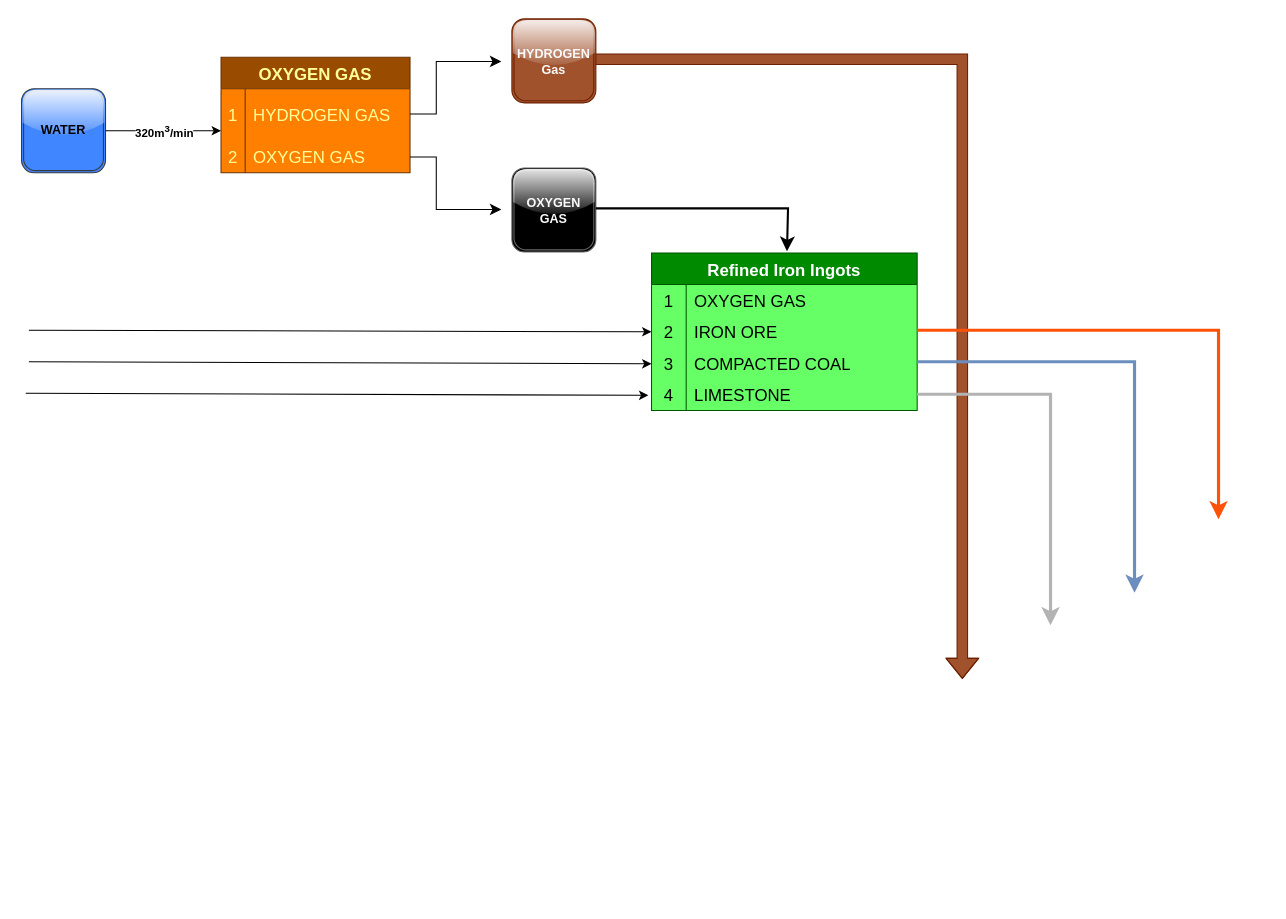
Before: Untitled Diagram.drawio in xXdrewbaccaXx/Images, a draw.io diagram. Source tidied: cells renumbered, new cells numbered last; positions are measured from the earlier drawing's top-left corner, leaving out a move shared by most shapes. Both pictures are drawn from the tidied source at 105%, with x=0, y=0 at pixel (21, 19).
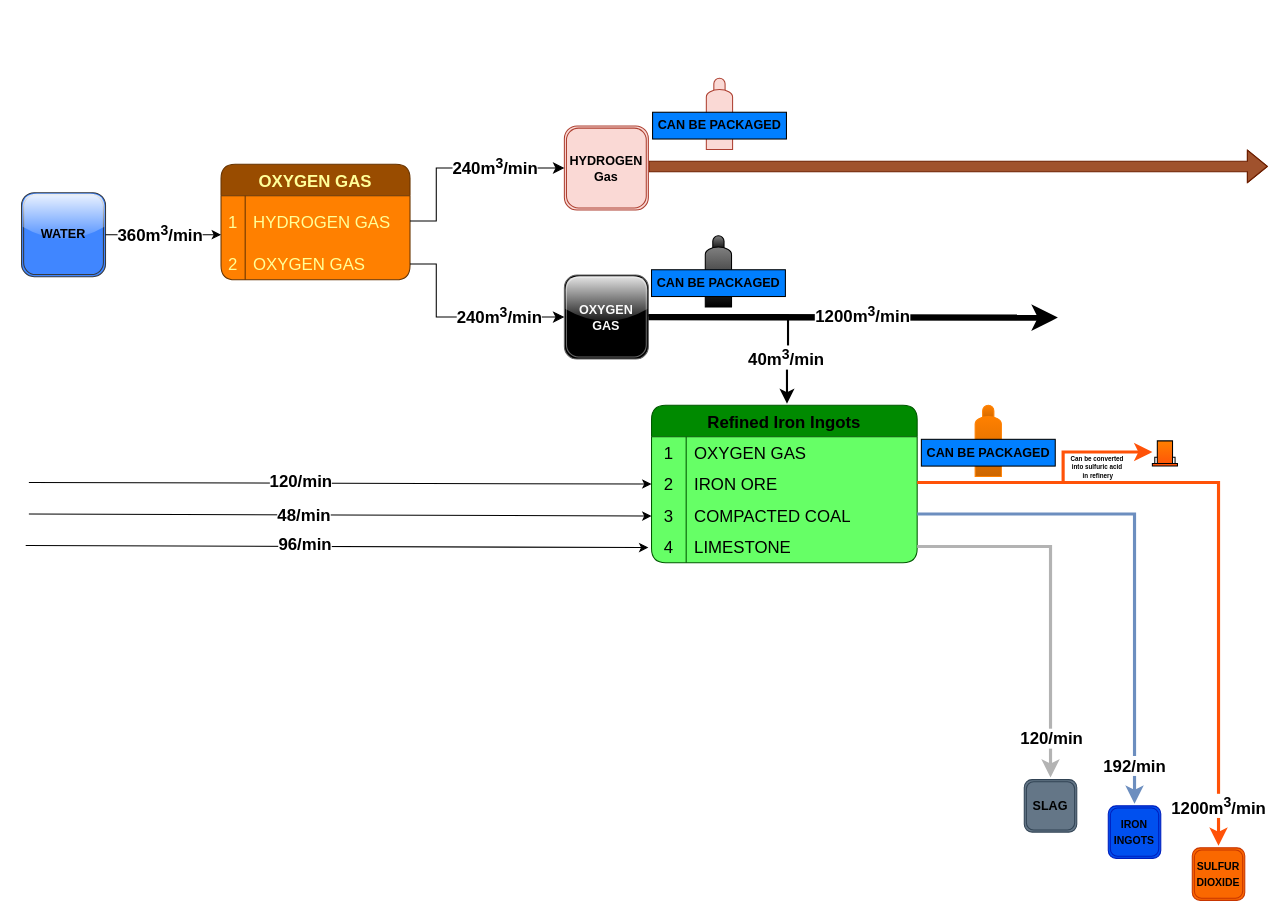
After the change.

Unchanged cells that the change refers to:
```xml
<mxCell id="15" style="shape=tableRow;horizontal=0;startSize=0;swimlaneHead=0;swimlaneBody=0;top=0;left=0;bottom=0;right=0;fillColor=none;points=[[0,0.5],[1,0.5]];portConstraint=eastwest;strokeColor=inherit;fontSize=16;rounded=0;" parent="11" vertex="1">
  <mxGeometry y="60" width="253" height="30" as="geometry" />
</mxCell>
```

Change to the diagram source:
```diff
@@
     <mxCell id="2" style="elbow=horizontal;endArrow=classic;html=1;rounded=0;shape=flexArrow;edgeStyle=orthogonalEdgeStyle;fillColor=#a0522d;strokeColor=#6D1F00;" parent="1" edge="1">
       <mxGeometry relative="1" as="geometry">
-        <mxPoint x="546" y="38" as="sourcePoint" />
-        <mxPoint x="896" y="628" as="targetPoint" />
+        <mxPoint x="597" y="140" as="sourcePoint" />
+        <mxPoint x="1187" y="140" as="targetPoint" />
         <Array as="points">
-          <mxPoint x="616" y="38" />
-          <mxPoint x="896" y="38" />
+          <mxPoint x="896" y="140" />
         </Array>
       </mxGeometry>
     </mxCell>
     <mxCell id="3" value="&lt;b&gt;&lt;font style=&quot;font-size: 12px;&quot;&gt;WATER&lt;/font&gt;&lt;/b&gt;" style="shape=ext;double=1;whiteSpace=wrap;html=1;fillColor=#4086FF;strokeColor=#36393d;rounded=1;glass=1;" parent="1" vertex="1">
-      <mxGeometry y="66" width="80" height="80" as="geometry" />
+      <mxGeometry y="165" width="80" height="80" as="geometry" />
     </mxCell>
-    <mxCell id="4" value="OXYGEN GAS" style="shape=table;startSize=30;childLayout=tableLayout;rowLines=0;fontStyle=1;strokeColor=#663300;fontSize=16;rounded=0;fillColor=#994C00;fontColor=#FFFF99;swimlaneFillColor=#FF8000;shadow=0;" parent="1" vertex="1">
-      <mxGeometry x="190" y="36" width="180" height="110" as="geometry" />
+    <mxCell id="4" value="OXYGEN GAS" style="shape=table;startSize=30;childLayout=tableLayout;rowLines=0;fontStyle=1;strokeColor=#663300;fontSize=16;rounded=1;fillColor=#994C00;fontColor=#FFFF99;swimlaneFillColor=#FF8000;shadow=0;perimeterSpacing=0;" parent="1" vertex="1">
+      <mxGeometry x="190" y="138" width="180" height="110" as="geometry" />
     </mxCell>
@@
-    <mxCell id="11" value="Refined Iron Ingots" style="shape=table;startSize=30;childLayout=tableLayout;rowLines=0;fontStyle=1;strokeColor=#005700;fontSize=16;rounded=0;fillColor=#008a00;fontColor=#ffffff;fillStyle=auto;backgroundOutline=0;gradientColor=none;swimlaneFillColor=#66FF66;" parent="1" vertex="1">
-      <mxGeometry x="600" y="222.5" width="253" height="150" as="geometry" />
+    <mxCell id="11" value="Refined Iron Ingots" style="shape=table;startSize=30;childLayout=tableLayout;rowLines=0;fontStyle=1;strokeColor=#005700;fontSize=16;rounded=1;fillColor=#008a00;fontColor=#000000;fillStyle=auto;backgroundOutline=0;gradientColor=none;swimlaneFillColor=#66FF66;" parent="1" vertex="1">
+      <mxGeometry x="600" y="367.5" width="253" height="150" as="geometry" />
     </mxCell>
@@
     <mxCell id="24" value="&lt;font color=&quot;#fafafa&quot;&gt;&lt;b&gt;OXYGEN&lt;br&gt;GAS&lt;/b&gt;&lt;br&gt;&lt;/font&gt;" style="shape=ext;double=1;rounded=1;whiteSpace=wrap;html=1;fillColor=#000000;strokeColor=#666666;fontColor=#333333;glass=1;" parent="1" vertex="1">
-      <mxGeometry x="467" y="141.5" width="80" height="80" as="geometry" />
+      <mxGeometry x="517" y="243.5" width="80" height="80" as="geometry" />
     </mxCell>
-    <mxCell id="25" value="&lt;font color=&quot;#fafafa&quot;&gt;&lt;b&gt;HYDROGEN&lt;br&gt;Gas&lt;/b&gt;&lt;br&gt;&lt;/font&gt;" style="shape=ext;double=1;rounded=1;whiteSpace=wrap;html=1;fillColor=#a0522d;strokeColor=#6D1F00;fontColor=#ffffff;glass=1;" parent="1" vertex="1">
-      <mxGeometry x="467" y="-0.5" width="80" height="80" as="geometry" />
+    <mxCell id="25" value="&lt;b style=&quot;&quot;&gt;HYDROGEN&lt;br&gt;Gas&lt;/b&gt;" style="shape=ext;double=1;rounded=1;whiteSpace=wrap;html=1;fillColor=#fad9d5;strokeColor=#ae4132;glass=0;shadow=0;" parent="1" vertex="1">
+      <mxGeometry x="517" y="101.5" width="80" height="80" as="geometry" />
     </mxCell>
     <mxCell id="26" style="endArrow=classic;html=1;exitX=1;exitY=0.5;exitDx=0;exitDy=0;" parent="1" edge="1" source="3">
       <mxGeometry relative="1" as="geometry">
-        <mxPoint x="190" y="106" as="targetPoint" />
+        <mxPoint x="190" y="205" as="targetPoint" />
       </mxGeometry>
     </mxCell>
-    <mxCell id="27" value="&lt;b&gt;320m&lt;sup&gt;3&lt;/sup&gt;/min&lt;/b&gt;" style="edgeLabel;html=1;align=center;verticalAlign=middle;" parent="26" vertex="1">
-      <mxGeometry relative="1" as="geometry" />
+    <mxCell id="27" value="&lt;b style=&quot;font-size: 16px;&quot;&gt;360m&lt;sup&gt;3&lt;/sup&gt;/min&lt;/b&gt;" style="edgeLabel;html=1;align=center;verticalAlign=middle;" parent="26" vertex="1">
+      <mxGeometry relative="1" as="geometry">
+        <mxPoint x="-4" y="-2" as="offset" />
+      </mxGeometry>
     </mxCell>
-    <mxCell id="28" style="edgeStyle=elbowEdgeStyle;elbow=horizontal;endArrow=classic;html=1;curved=0;rounded=0;endSize=8;startSize=8;" parent="1" edge="1">
+    <mxCell id="28" style="edgeStyle=elbowEdgeStyle;elbow=horizontal;endArrow=classic;html=1;curved=0;rounded=0;endSize=8;startSize=8;entryX=0;entryY=0.5;entryDx=0;entryDy=0;" parent="1" edge="1" target="25">
       <mxGeometry relative="1" as="geometry">
-        <mxPoint x="370" y="90" as="sourcePoint" />
-        <mxPoint x="457" y="40" as="targetPoint" />
+        <mxPoint x="370" y="192" as="sourcePoint" />
         <Array as="points">
-          <mxPoint x="395" y="90" />
+          <mxPoint x="395" y="192" />
         </Array>
       </mxGeometry>
     </mxCell>
+    <mxCell id="37" value="&lt;b style=&quot;font-size: 16px;&quot;&gt;240m&lt;sup style=&quot;&quot;&gt;3&lt;/sup&gt;/min&lt;/b&gt;" style="edgeLabel;html=1;align=center;verticalAlign=middle;" parent="28" vertex="1">
+      <mxGeometry x="0.43" y="-2" relative="1" as="geometry">
+        <mxPoint x="-10" y="-4" as="offset" />
+      </mxGeometry>
+    </mxCell>
-    <mxCell id="29" style="edgeStyle=elbowEdgeStyle;elbow=horizontal;endArrow=classic;html=1;curved=0;rounded=0;endSize=8;startSize=8;" parent="1" edge="1">
+    <mxCell id="29" style="edgeStyle=elbowEdgeStyle;elbow=horizontal;endArrow=classic;html=1;curved=0;rounded=0;endSize=8;startSize=8;entryX=0;entryY=0.5;entryDx=0;entryDy=0;" parent="1" edge="1" target="24">
       <mxGeometry relative="1" as="geometry">
-        <mxPoint x="370" y="131" as="sourcePoint" />
-        <mxPoint x="457" y="181" as="targetPoint" />
+        <mxPoint x="370" y="233" as="sourcePoint" />
         <Array as="points">
-          <mxPoint x="395" y="131" />
+          <mxPoint x="395" y="233" />
         </Array>
       </mxGeometry>
     </mxCell>
+    <mxCell id="38" value="&lt;b style=&quot;font-size: 16px;&quot;&gt;240m&lt;sup&gt;3&lt;/sup&gt;/min&lt;/b&gt;" style="edgeLabel;html=1;align=center;verticalAlign=middle;" parent="29" vertex="1">
+      <mxGeometry x="0.46" relative="1" as="geometry">
+        <mxPoint x="-9" y="-2" as="offset" />
+      </mxGeometry>
+    </mxCell>
     <mxCell id="30" style="edgeStyle=segmentEdgeStyle;endArrow=classic;html=1;curved=0;rounded=0;endSize=8;startSize=8;strokeWidth=3;strokeColor=#FF5208;fillColor=#008a00;" parent="1" edge="1">
       <mxGeometry relative="1" as="geometry">
-        <mxPoint x="853" y="296" as="sourcePoint" />
-        <mxPoint x="1140" y="476" as="targetPoint" />
+        <mxPoint x="853" y="441" as="sourcePoint" />
+        <mxPoint x="1140" y="787" as="targetPoint" />
         <Array as="points">
-          <mxPoint x="1140" y="296" />
+          <mxPoint x="1140" y="441" />
+          <mxPoint x="1140" y="737" />
         </Array>
       </mxGeometry>
     </mxCell>
+    <mxCell id="39" value="&lt;font style=&quot;font-size: 16px;&quot;&gt;&lt;b&gt;1200m&lt;sup&gt;3&lt;/sup&gt;/min&lt;/b&gt;&lt;/font&gt;" style="edgeLabel;html=1;align=center;verticalAlign=middle;" parent="30" vertex="1">
+      <mxGeometry x="0.43" y="-1" relative="1" as="geometry">
+        <mxPoint y="141" as="offset" />
+      </mxGeometry>
+    </mxCell>
     <mxCell id="31" style="edgeStyle=segmentEdgeStyle;endArrow=classic;html=1;curved=0;rounded=0;endSize=8;startSize=8;strokeWidth=3;fillColor=#dae8fc;gradientColor=#7ea6e0;strokeColor=#6c8ebf;" parent="1" edge="1">
       <mxGeometry relative="1" as="geometry">
-        <mxPoint x="853" y="326" as="sourcePoint" />
-        <mxPoint x="1060" y="546" as="targetPoint" />
+        <mxPoint x="853" y="471" as="sourcePoint" />
+        <mxPoint x="1060" y="747" as="targetPoint" />
         <Array as="points">
-          <mxPoint x="1060" y="326" />
+          <mxPoint x="1060" y="471" />
         </Array>
       </mxGeometry>
     </mxCell>
+    <mxCell id="40" value="&lt;font style=&quot;font-size: 16px;&quot;&gt;&lt;b&gt;192/min&lt;/b&gt;&lt;/font&gt;" style="edgeLabel;html=1;align=center;verticalAlign=middle;" parent="31" vertex="1">
+      <mxGeometry x="0.42" y="-1" relative="1" as="geometry">
+        <mxPoint y="103" as="offset" />
+      </mxGeometry>
+    </mxCell>
     <mxCell id="32" style="edgeStyle=segmentEdgeStyle;endArrow=classic;html=1;curved=0;rounded=0;endSize=8;startSize=8;strokeWidth=3;strokeColor=#B3B3B3;" parent="1" edge="1">
       <mxGeometry relative="1" as="geometry">
-        <mxPoint x="853" y="357" as="sourcePoint" />
-        <mxPoint x="980" y="577" as="targetPoint" />
+        <mxPoint x="853" y="502" as="sourcePoint" />
+        <mxPoint x="980" y="722" as="targetPoint" />
         <Array as="points">
-          <mxPoint x="980" y="357" />
+          <mxPoint x="980" y="502" />
         </Array>
       </mxGeometry>
     </mxCell>
+    <mxCell id="41" value="&lt;b&gt;&lt;font style=&quot;font-size: 16px;&quot;&gt;120/min&lt;/font&gt;&lt;/b&gt;" style="edgeLabel;html=1;align=center;verticalAlign=middle;" parent="32" vertex="1">
+      <mxGeometry x="0.34" relative="1" as="geometry">
+        <mxPoint y="77" as="offset" />
+      </mxGeometry>
+    </mxCell>
-    <mxCell id="33" style="edgeStyle=segmentEdgeStyle;endArrow=classic;html=1;curved=0;rounded=0;endSize=8;startSize=8;entryX=0.51;entryY=-0.011;entryDx=0;entryDy=0;entryPerimeter=0;strokeWidth=2;" parent="1" edge="1" target="11">
+    <mxCell id="33" style="edgeStyle=segmentEdgeStyle;endArrow=classic;html=1;curved=0;rounded=0;endSize=8;startSize=8;strokeWidth=2;" parent="1" edge="1">
       <mxGeometry relative="1" as="geometry">
-        <mxPoint x="547" y="180" as="sourcePoint" />
+        <mxPoint x="597" y="282" as="sourcePoint" />
+        <mxPoint x="729" y="366" as="targetPoint" />
         <Array as="points">
-          <mxPoint x="730" y="180" />
-          <mxPoint x="730" y="221" />
+          <mxPoint x="730" y="282" />
+          <mxPoint x="730" y="323" />
+          <mxPoint x="729" y="323" />
         </Array>
       </mxGeometry>
     </mxCell>
+    <mxCell id="42" value="&lt;b style=&quot;font-size: 16px;&quot;&gt;40m&lt;sup&gt;3&lt;/sup&gt;/min&lt;sup&gt;&amp;nbsp;&lt;/sup&gt;&lt;/b&gt;" style="edgeLabel;html=1;align=center;verticalAlign=middle;" parent="33" vertex="1">
+      <mxGeometry x="0.58" y="-1" relative="1" as="geometry" />
+    </mxCell>
     <mxCell id="34" style="endArrow=classic;html=1;entryX=0;entryY=0.5;entryDx=0;entryDy=0;" parent="1" edge="1" target="15">
       <mxGeometry relative="1" as="geometry">
-        <mxPoint x="7" y="296" as="sourcePoint" />
+        <mxPoint x="7" y="441" as="sourcePoint" />
       </mxGeometry>
     </mxCell>
+    <mxCell id="43" value="&lt;b&gt;&lt;font style=&quot;font-size: 16px;&quot;&gt;120/min&lt;/font&gt;&lt;/b&gt;" style="edgeLabel;html=1;align=center;verticalAlign=middle;" parent="34" vertex="1">
+      <mxGeometry x="-0.13" y="2" relative="1" as="geometry" />
+    </mxCell>
     <mxCell id="35" style="endArrow=classic;html=1;entryX=0;entryY=0.5;entryDx=0;entryDy=0;" parent="1" edge="1">
       <mxGeometry relative="1" as="geometry">
-        <mxPoint x="7" y="326" as="sourcePoint" />
-        <mxPoint x="600" y="328" as="targetPoint" />
+        <mxPoint x="7" y="471" as="sourcePoint" />
+        <mxPoint x="600" y="473" as="targetPoint" />
       </mxGeometry>
     </mxCell>
+    <mxCell id="44" value="&lt;b&gt;&lt;font style=&quot;font-size: 16px;&quot;&gt;48/min&lt;/font&gt;&lt;/b&gt;" style="edgeLabel;html=1;align=center;verticalAlign=middle;" parent="35" vertex="1">
+      <mxGeometry x="-0.14" relative="1" as="geometry">
+        <mxPoint x="7" as="offset" />
+      </mxGeometry>
+    </mxCell>
     <mxCell id="36" style="endArrow=classic;html=1;entryX=0;entryY=0.5;entryDx=0;entryDy=0;" parent="1" edge="1">
       <mxGeometry relative="1" as="geometry">
-        <mxPoint x="4" y="356" as="sourcePoint" />
-        <mxPoint x="597" y="358" as="targetPoint" />
+        <mxPoint x="4" y="501" as="sourcePoint" />
+        <mxPoint x="597" y="503" as="targetPoint" />
       </mxGeometry>
     </mxCell>
+    <mxCell id="45" value="&lt;b&gt;&lt;font style=&quot;font-size: 16px;&quot;&gt;96/min&lt;/font&gt;&lt;/b&gt;" style="edgeLabel;html=1;align=center;verticalAlign=middle;" parent="36" vertex="1">
+      <mxGeometry x="-0.13" y="2" relative="1" as="geometry">
+        <mxPoint x="7" as="offset" />
+      </mxGeometry>
+    </mxCell>
+    <mxCell id="46" style="shape=mxgraph.pid.vessels.gas_bottle;html=1;align=center;verticalLabelPosition=bottom;verticalAlign=top;dashed=0;fillColor=#808080;strokeColor=#000000;gradientColor=default;" parent="1" vertex="1">
+      <mxGeometry x="651.2" y="206" width="25" height="67.9" as="geometry" />
+    </mxCell>
+    <mxCell id="47" style="shape=mxgraph.pid.vessels.gas_bottle;html=1;align=center;verticalLabelPosition=bottom;verticalAlign=top;dashed=0;fillColor=#fad9d5;strokeColor=#ae4132;" parent="1" vertex="1">
+      <mxGeometry x="652.2" y="56" width="25" height="67.9" as="geometry" />
+    </mxCell>
+    <mxCell id="48" value="&lt;p style=&quot;line-height: 100%;&quot;&gt;&lt;font size=&quot;1&quot; style=&quot;&quot;&gt;&lt;b style=&quot;font-size: 12px;&quot;&gt;CAN BE PACKAGED&lt;/b&gt;&lt;/font&gt;&lt;/p&gt;" style="text;html=1;align=center;verticalAlign=middle;whiteSpace=wrap;rounded=0;fillColor=#007FFF;strokeColor=#000000;" parent="1" vertex="1">
+      <mxGeometry x="601" y="88.4" width="127.5" height="25.5" as="geometry" />
+    </mxCell>
+    <mxCell id="49" value="&lt;p style=&quot;line-height: 100%;&quot;&gt;&lt;font size=&quot;1&quot; style=&quot;&quot;&gt;&lt;b style=&quot;font-size: 12px;&quot;&gt;CAN BE PACKAGED&lt;/b&gt;&lt;/font&gt;&lt;/p&gt;" style="text;html=1;align=center;verticalAlign=middle;whiteSpace=wrap;rounded=0;fillColor=#007FFF;strokeColor=#000000;" parent="1" vertex="1">
+      <mxGeometry x="600" y="238.4" width="127.5" height="25.5" as="geometry" />
+    </mxCell>
+    <mxCell id="50" value="&lt;b style=&quot;&quot;&gt;&lt;font color=&quot;#000000&quot;&gt;SLAG&lt;/font&gt;&lt;/b&gt;" style="shape=ext;double=1;rounded=1;whiteSpace=wrap;html=1;fillColor=#647687;glass=0;strokeColor=#314354;fontColor=#ffffff;" parent="1" vertex="1">
+      <mxGeometry x="955" y="724" width="50" height="50" as="geometry" />
+    </mxCell>
+    <mxCell id="51" value="&lt;b style=&quot;&quot;&gt;&lt;font color=&quot;#000000&quot; style=&quot;font-size: 10px;&quot;&gt;IRON INGOTS&lt;/font&gt;&lt;/b&gt;" style="shape=ext;double=1;rounded=1;whiteSpace=wrap;html=1;fillColor=#0050ef;strokeColor=#001DBC;fontColor=#ffffff;glass=0;" parent="1" vertex="1">
+      <mxGeometry x="1035" y="749" width="50" height="50" as="geometry" />
+    </mxCell>
+    <mxCell id="52" value="&lt;font style=&quot;font-size: 10px;&quot;&gt;&lt;b style=&quot;&quot;&gt;SULFUR&lt;br&gt;DIOXIDE&lt;/b&gt;&lt;br&gt;&lt;/font&gt;" style="shape=ext;double=1;rounded=1;whiteSpace=wrap;html=1;fillColor=#fa6800;strokeColor=#C73500;fontColor=#000000;glass=0;" parent="1" vertex="1">
+      <mxGeometry x="1115" y="789" width="50" height="50" as="geometry" />
+    </mxCell>
+    <mxCell id="53" style="shape=mxgraph.pid.vessels.gas_bottle;html=1;align=center;verticalLabelPosition=bottom;verticalAlign=top;dashed=0;fillColor=#FF8000;strokeColor=#FF8000;fontColor=#000000;gradientColor=#CC6600;" parent="1" vertex="1">
+      <mxGeometry x="908.2" y="367.5" width="25" height="67.9" as="geometry" />
+    </mxCell>
+    <mxCell id="54" value="&lt;p style=&quot;line-height: 100%;&quot;&gt;&lt;font size=&quot;1&quot; style=&quot;&quot;&gt;&lt;b style=&quot;font-size: 12px;&quot;&gt;CAN BE PACKAGED&lt;/b&gt;&lt;/font&gt;&lt;/p&gt;" style="text;html=1;align=center;verticalAlign=middle;whiteSpace=wrap;rounded=0;fillColor=#007FFF;strokeColor=#000000;" parent="1" vertex="1">
+      <mxGeometry x="857" y="399.9" width="127.5" height="25.5" as="geometry" />
+    </mxCell>
+    <mxCell id="55" style="edgeStyle=elbowEdgeStyle;elbow=horizontal;endArrow=classic;html=1;curved=0;rounded=0;endSize=8;startSize=8;fillColor=#fa6800;strokeColor=#FF5208;strokeWidth=3;" parent="1" edge="1">
+      <mxGeometry relative="1" as="geometry">
+        <mxPoint x="957" y="441" as="sourcePoint" />
+        <mxPoint x="1077" y="412" as="targetPoint" />
+        <Array as="points">
+          <mxPoint x="992" y="417" />
+        </Array>
+      </mxGeometry>
+    </mxCell>
+    <mxCell id="56" style="shape=mxgraph.pid.vessels.forced-draft_cooling_tower;html=1;align=center;verticalLabelPosition=bottom;verticalAlign=top;dashed=0;fillColor=#FF8000;gradientColor=#FF5208;" parent="1" vertex="1">
+      <mxGeometry x="1077" y="401.4" width="23.9" height="23.9" as="geometry" />
+    </mxCell>
+    <mxCell id="57" value="&lt;p style=&quot;line-height: 50%;&quot;&gt;&lt;font style=&quot;font-size: 6px;&quot;&gt;&lt;b&gt;Can be converted&amp;nbsp;&lt;br&gt;into sulfuric acid&amp;nbsp;&lt;br&gt;in refinery&lt;/b&gt;&lt;/font&gt;&lt;/p&gt;" style="text;html=1;align=center;verticalAlign=middle;strokeColor=none;fillColor=none;rotation=0;" parent="1" vertex="1">
+      <mxGeometry x="984.5" y="395" width="80" height="60" as="geometry" />
+    </mxCell>
+    <mxCell id="58" style="endArrow=classic;html=1;strokeWidth=6;exitX=1;exitY=0.5;exitDx=0;exitDy=0;" parent="1" edge="1" source="24">
+      <mxGeometry relative="1" as="geometry">
+        <mxPoint x="987" y="284" as="targetPoint" />
+      </mxGeometry>
+    </mxCell>
+    <mxCell id="59" value="&lt;b style=&quot;font-size: 16px;&quot;&gt;1200m&lt;sup&gt;3&lt;/sup&gt;/min&lt;/b&gt;" style="edgeLabel;html=1;align=center;verticalAlign=middle;" parent="58" vertex="1">
+      <mxGeometry x="0.04" y="1" relative="1" as="geometry">
+        <mxPoint y="-2" as="offset" />
+      </mxGeometry>
+    </mxCell>
```
